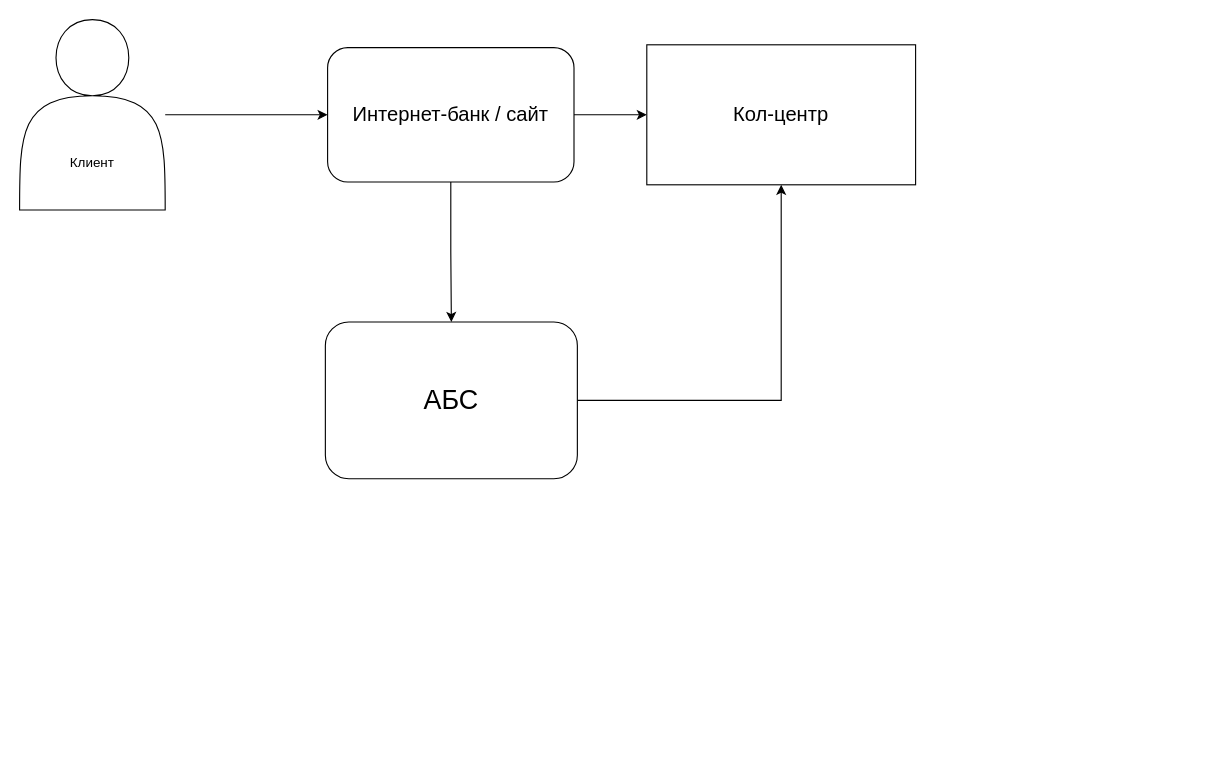
Earlier version of the draw.io diagram Exc4/task-4.drawio (vskurikhin/architecture-sprint-9). Source tidied: cells renumbered, new cells numbered last; positions are measured from the earlier drawing's top-left corner, leaving out a move shared by most shapes. Both pictures are drawn from the tidied source at 112%, with x=0, y=0 at pixel (19, 19).
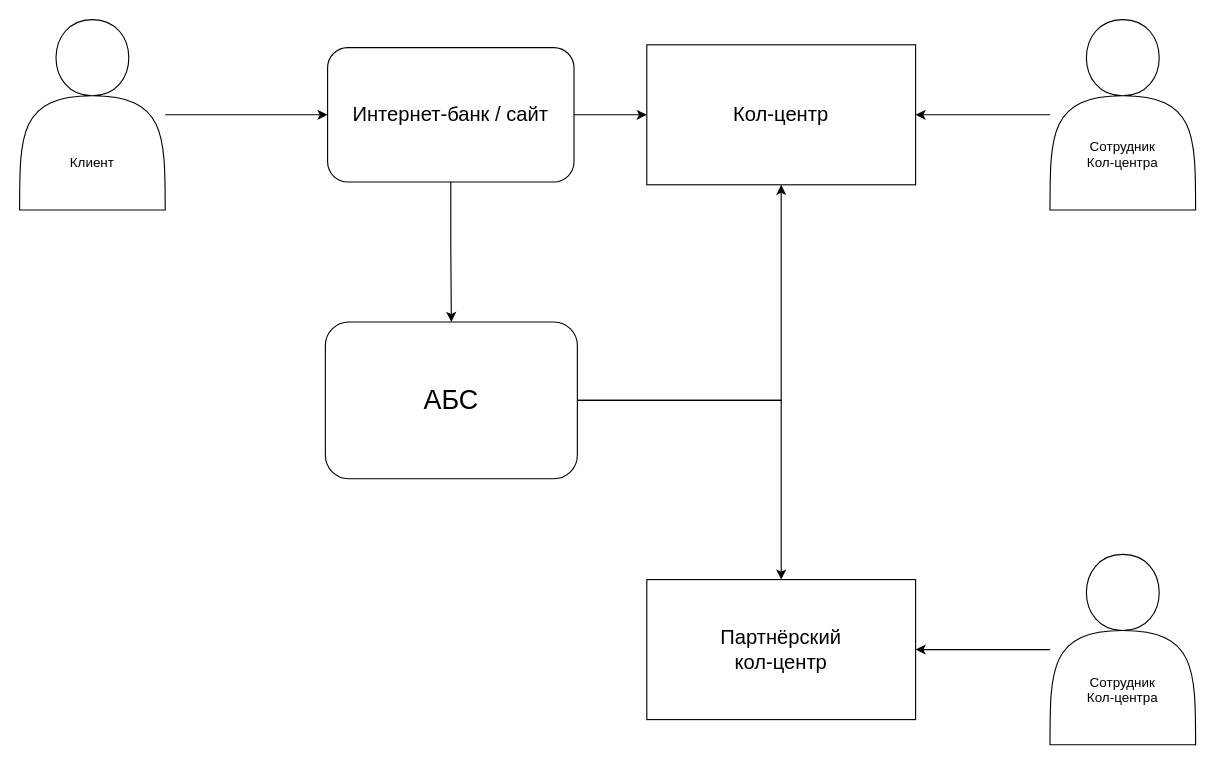
The same page after the edit.

Diff of the diagram source:
```diff
@@
 <mxGraphModel>
   <root>
     <mxCell id="0" />
     <mxCell id="1" parent="0" />
     <mxCell id="2" style="edgeStyle=orthogonalEdgeStyle;rounded=0;jettySize=auto;html=1;entryX=0;entryY=0.5;entryDx=0;entryDy=0;" parent="1" edge="1" source="3" target="6">
       <mxGeometry relative="1" as="geometry" />
     </mxCell>
     <mxCell id="3" value="&lt;div&gt;&lt;br&gt;&lt;/div&gt;&lt;div&gt;&lt;br&gt;&lt;/div&gt;&lt;div&gt;&lt;br&gt;&lt;/div&gt;&lt;div&gt;&lt;br&gt;&lt;/div&gt;&lt;div&gt;&lt;br&gt;&lt;/div&gt;&lt;div&gt;&lt;br&gt;&lt;/div&gt;Клиент" style="shape=actor;whiteSpace=wrap;html=1;" parent="1" vertex="1">
       <mxGeometry width="130" height="170" as="geometry" />
     </mxCell>
     <mxCell id="4" style="edgeStyle=orthogonalEdgeStyle;rounded=0;jettySize=auto;html=1;entryX=0.5;entryY=0;entryDx=0;entryDy=0;" parent="1" edge="1" source="6" target="8">
       <mxGeometry relative="1" as="geometry" />
     </mxCell>
     <mxCell id="5" style="edgeStyle=orthogonalEdgeStyle;rounded=0;jettySize=auto;html=1;entryX=0;entryY=0.5;entryDx=0;entryDy=0;" parent="1" edge="1" source="6" target="9">
       <mxGeometry relative="1" as="geometry" />
     </mxCell>
     <mxCell id="6" value="&lt;font style=&quot;font-size: 18px;&quot;&gt;Интернет-банк / сайт&lt;/font&gt;" style="rounded=1;whiteSpace=wrap;html=1;" parent="1" vertex="1">
       <mxGeometry x="275" y="25" width="220" height="120" as="geometry" />
     </mxCell>
     <mxCell id="7" style="edgeStyle=orthogonalEdgeStyle;rounded=0;jettySize=auto;html=1;entryX=0.5;entryY=1;entryDx=0;entryDy=0;" parent="1" edge="1" source="8" target="9">
       <mxGeometry relative="1" as="geometry" />
     </mxCell>
+    <mxCell id="10" style="edgeStyle=orthogonalEdgeStyle;rounded=0;jettySize=auto;html=1;" parent="1" edge="1" source="8" target="11">
+      <mxGeometry relative="1" as="geometry" />
+    </mxCell>
     <mxCell id="8" value="&lt;font style=&quot;font-size: 24px;&quot;&gt;АБС&lt;/font&gt;" style="rounded=1;whiteSpace=wrap;html=1;" parent="1" vertex="1">
       <mxGeometry x="273" y="270" width="225" height="140" as="geometry" />
     </mxCell>
     <mxCell id="9" value="&lt;font style=&quot;font-size: 18px;&quot;&gt;Кол-центр&lt;/font&gt;" style="rounded=0;whiteSpace=wrap;html=1;" parent="1" vertex="1">
       <mxGeometry x="560" y="22.5" width="240" height="125" as="geometry" />
     </mxCell>
+    <mxCell id="11" value="&lt;font style=&quot;font-size: 18px;&quot;&gt;Партнёрский&lt;br&gt;кол-центр&lt;/font&gt;" style="rounded=0;whiteSpace=wrap;html=1;" parent="1" vertex="1">
+      <mxGeometry x="560" y="500" width="240" height="125" as="geometry" />
+    </mxCell>
+    <mxCell id="12" style="edgeStyle=orthogonalEdgeStyle;rounded=0;jettySize=auto;html=1;entryX=1;entryY=0.5;entryDx=0;entryDy=0;" parent="1" edge="1" source="13" target="9">
+      <mxGeometry relative="1" as="geometry" />
+    </mxCell>
+    <mxCell id="13" value="&lt;div&gt;&lt;br&gt;&lt;/div&gt;&lt;div&gt;&lt;br&gt;&lt;/div&gt;&lt;div&gt;&lt;br&gt;&lt;/div&gt;&lt;div&gt;&lt;br&gt;&lt;/div&gt;&lt;div&gt;&lt;br&gt;&lt;/div&gt;&lt;div&gt;Сотрудник&lt;/div&gt;Кол-центра" style="shape=actor;whiteSpace=wrap;html=1;" parent="1" vertex="1">
+      <mxGeometry x="920" width="130" height="170" as="geometry" />
+    </mxCell>
+    <mxCell id="14" style="edgeStyle=orthogonalEdgeStyle;rounded=0;jettySize=auto;html=1;entryX=1;entryY=0.5;entryDx=0;entryDy=0;" parent="1" edge="1" source="15" target="11">
+      <mxGeometry relative="1" as="geometry" />
+    </mxCell>
+    <mxCell id="15" value="&lt;div&gt;&lt;br&gt;&lt;/div&gt;&lt;div&gt;&lt;br&gt;&lt;/div&gt;&lt;div&gt;&lt;br&gt;&lt;/div&gt;&lt;div&gt;&lt;br&gt;&lt;/div&gt;&lt;div&gt;&lt;br&gt;&lt;/div&gt;&lt;div&gt;Сотрудник&lt;/div&gt;Кол-центра" style="shape=actor;whiteSpace=wrap;html=1;" parent="1" vertex="1">
+      <mxGeometry x="920" y="477.5" width="130" height="170" as="geometry" />
+    </mxCell>
   </root>
 </mxGraphModel>
```
